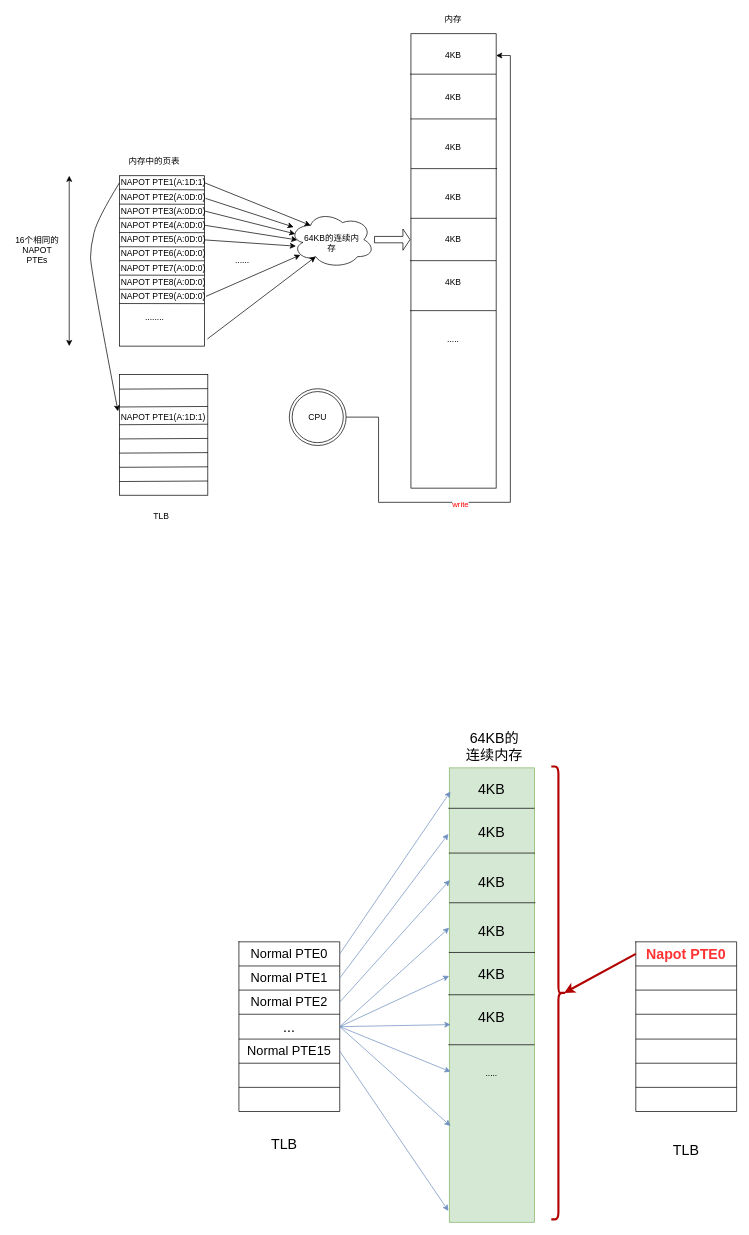
Above: Untitled Diagram.drawio in happy-lx/scala_note (draw.io), before the change. Source tidied: cells renumbered, new cells numbered last; positions are measured from the earlier drawing's top-left corner, leaving out a move shared by most shapes. Both pictures are drawn from the tidied source at 71%, with x=0, y=0 at pixel (12, 12).
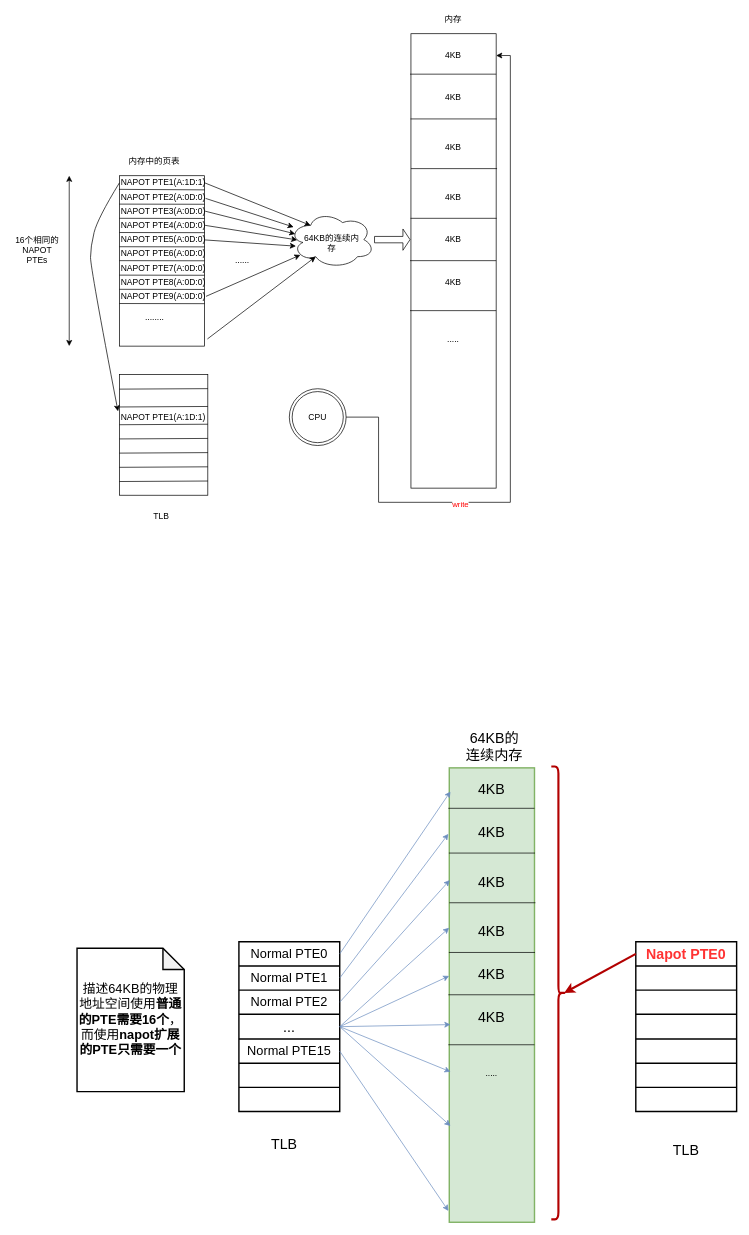
Above is the later version.

What changed in the source:
```diff
@@
-    <mxCell id="65" style="rounded=0;whiteSpace=wrap;html=1;fillColor=#d5e8d4;strokeColor=#82b366;" parent="1" vertex="1">
+    <mxCell id="65" style="rounded=0;whiteSpace=wrap;html=1;fillColor=#d5e8d4;strokeColor=#82b366;strokeWidth=2;" parent="1" vertex="1">
       <mxGeometry x="615.3" y="1064" width="120" height="640" as="geometry" />
     </mxCell>
@@
-    <mxCell id="80" style="shape=table;startSize=0;childLayout=tableLayout;" parent="1" vertex="1">
+    <mxCell id="80" style="shape=table;startSize=0;childLayout=tableLayout;strokeWidth=2;" parent="1" vertex="1">
       <mxGeometry x="319" y="1309" width="142" height="239" as="geometry" />
     </mxCell>
@@
-    <mxCell id="106" style="shape=table;startSize=0;childLayout=tableLayout;" parent="1" vertex="1">
+    <mxCell id="106" style="shape=table;startSize=0;childLayout=tableLayout;strokeWidth=2;" parent="1" vertex="1">
       <mxGeometry x="878" y="1309" width="142" height="239" as="geometry" />
     </mxCell>
@@
+    <mxCell id="123" value="&lt;font style=&quot;font-size: 18px&quot;&gt;描述64KB的物理地址空间使用&lt;b&gt;普通的PTE需要16个&lt;/b&gt;，而使用&lt;b&gt;napot扩展的PTE只需要一个&lt;/b&gt;&lt;/font&gt;" style="shape=note;whiteSpace=wrap;html=1;backgroundOutline=1;darkOpacity=0.05;strokeWidth=2;" parent="1" vertex="1">
+      <mxGeometry x="91" y="1318" width="151" height="202" as="geometry" />
+    </mxCell>
```
